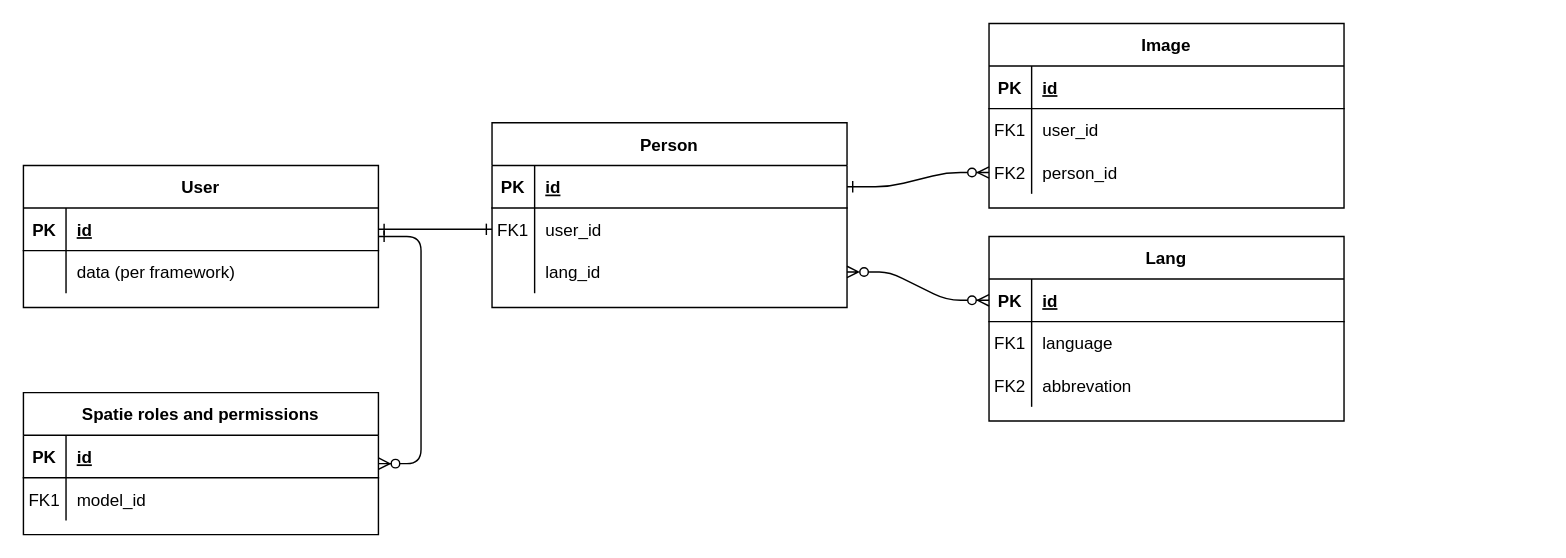
The draw.io diagram doc/Relationship_Modell.drawio in erth5/lv.pre, before the edit. Source tidied: cells renumbered, new cells numbered last; positions are measured from the earlier drawing's top-left corner, leaving out a move shared by most shapes. Both pictures are drawn from the tidied source at 142%, with x=0, y=0 at pixel (23, 23).
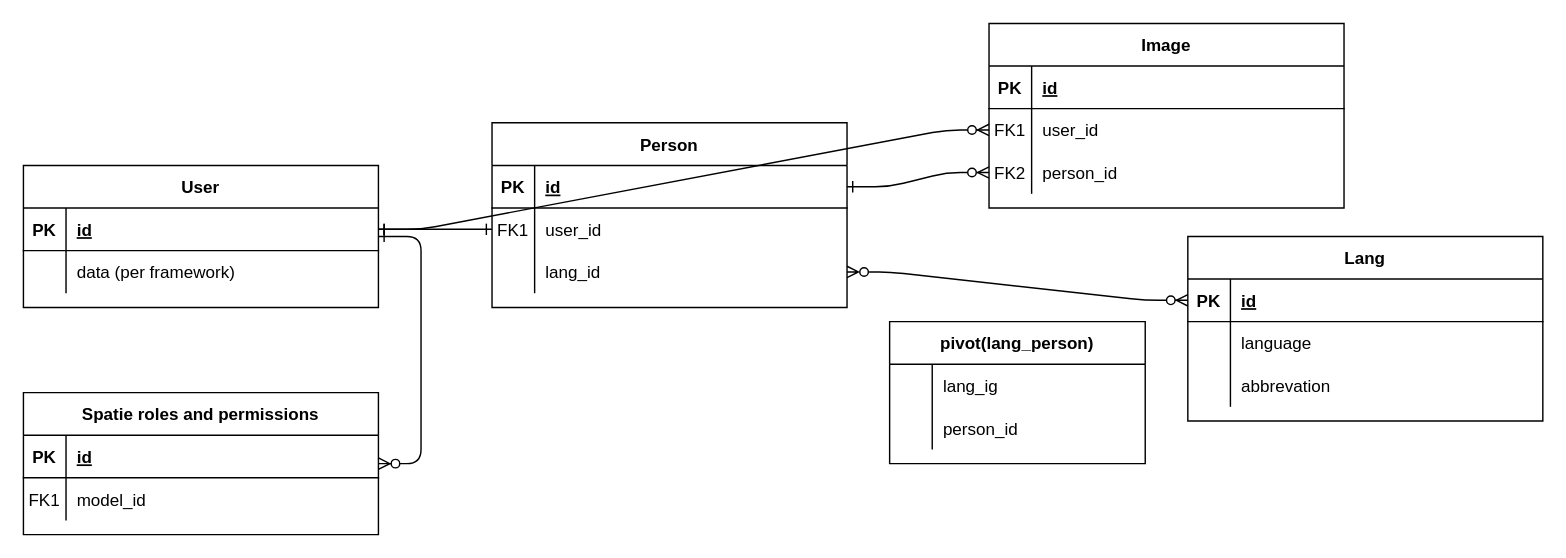
After the change.

Unchanged cells that the change refers to:
```xml
<mxCell id="18" style="shape=partialRectangle;fillColor=none;points=[[0,0.5],[1,0.5]];portConstraint=eastwest;top=0;left=0;right=0;bottom=0;" parent="14" vertex="1">
  <mxGeometry y="60" width="250" height="30" as="geometry" />
</mxCell>
<mxCell id="25" style="shape=partialRectangle;fillColor=none;points=[[0,0.5],[1,0.5]];portConstraint=eastwest;top=0;left=0;right=0;bottom=1;" parent="24" vertex="1">
  <mxGeometry y="30" width="250" height="30" as="geometry" />
</mxCell>
<mxCell id="35" style="shape=partialRectangle;fillColor=none;top=0;left=0;right=0;bottom=0;" parent="31" vertex="1">
  <mxGeometry y="60" width="250" height="30" as="geometry" />
</mxCell>
<mxCell id="38" style="shape=partialRectangle;fillColor=none;top=0;left=0;right=0;bottom=0;" parent="31" vertex="1">
  <mxGeometry y="90" width="250" height="30" as="geometry" />
</mxCell>
```

What changed in the source:
```diff
@@
     <mxCell id="31" value="Lang" style="shape=table;startSize=30;childLayout=tableLayout;rowLines=0;fontStyle=1;align=center;" parent="1" vertex="1">
-      <mxGeometry x="680" y="150" width="250" height="130" as="geometry" />
+      <mxGeometry x="820" y="150" width="250" height="130" as="geometry" />
     </mxCell>
@@
-    <mxCell id="36" value="FK1" style="shape=partialRectangle;overflow=hidden;fillColor=none;top=0;left=0;bottom=0;right=0;" parent="35" vertex="1">
+    <mxCell id="36" style="shape=partialRectangle;overflow=hidden;fillColor=none;top=0;left=0;bottom=0;right=0;" parent="35" vertex="1">
       <mxGeometry width="30" height="30" as="geometry" />
     </mxCell>
@@
-    <mxCell id="39" value="FK2" style="shape=partialRectangle;overflow=hidden;fillColor=none;top=0;left=0;bottom=0;right=0;" parent="38" vertex="1">
+    <mxCell id="39" style="shape=partialRectangle;overflow=hidden;fillColor=none;top=0;left=0;bottom=0;right=0;" parent="38" vertex="1">
       <mxGeometry width="30" height="30" as="geometry" />
     </mxCell>
@@
+    <mxCell id="50" style="edgeStyle=entityRelationEdgeStyle;endArrow=ERzeroToMany;startArrow=ERone;endFill=1;startFill=0;" parent="1" edge="1" source="25" target="18">
+      <mxGeometry relative="1" as="geometry" />
+    </mxCell>
+    <mxCell id="51" value="pivot(lang_person)" style="shape=table;startSize=30;childLayout=tableLayout;rowLines=0;fontStyle=1;align=center;" parent="1" vertex="1">
+      <mxGeometry x="610" y="210" width="180" height="100" as="geometry" />
+    </mxCell>
+    <mxCell id="52" style="shape=partialRectangle;fillColor=none;top=0;left=0;bottom=0;right=0;" parent="51" vertex="1">
+      <mxGeometry y="30" width="180" height="30" as="geometry" />
+    </mxCell>
+    <mxCell id="53" style="shape=partialRectangle;fillColor=none;top=0;left=0;bottom=0;right=0;overflow=hidden;" parent="52" vertex="1">
+      <mxGeometry width="30" height="30" as="geometry" />
+    </mxCell>
+    <mxCell id="54" value="lang_ig" style="shape=partialRectangle;fillColor=none;top=0;left=0;bottom=0;right=0;align=left;spacingLeft=6;overflow=hidden;" parent="52" vertex="1">
+      <mxGeometry x="30" width="150" height="30" as="geometry" />
+    </mxCell>
+    <mxCell id="55" style="shape=partialRectangle;fillColor=none;top=0;left=0;bottom=0;right=0;" parent="51" vertex="1">
+      <mxGeometry y="60" width="180" height="30" as="geometry" />
+    </mxCell>
+    <mxCell id="56" style="shape=partialRectangle;fillColor=none;top=0;left=0;bottom=0;right=0;overflow=hidden;" parent="55" vertex="1">
+      <mxGeometry width="30" height="30" as="geometry" />
+    </mxCell>
+    <mxCell id="57" value="person_id" style="shape=partialRectangle;fillColor=none;top=0;left=0;bottom=0;right=0;align=left;spacingLeft=6;overflow=hidden;" parent="55" vertex="1">
+      <mxGeometry x="30" width="150" height="30" as="geometry" />
+    </mxCell>
```
